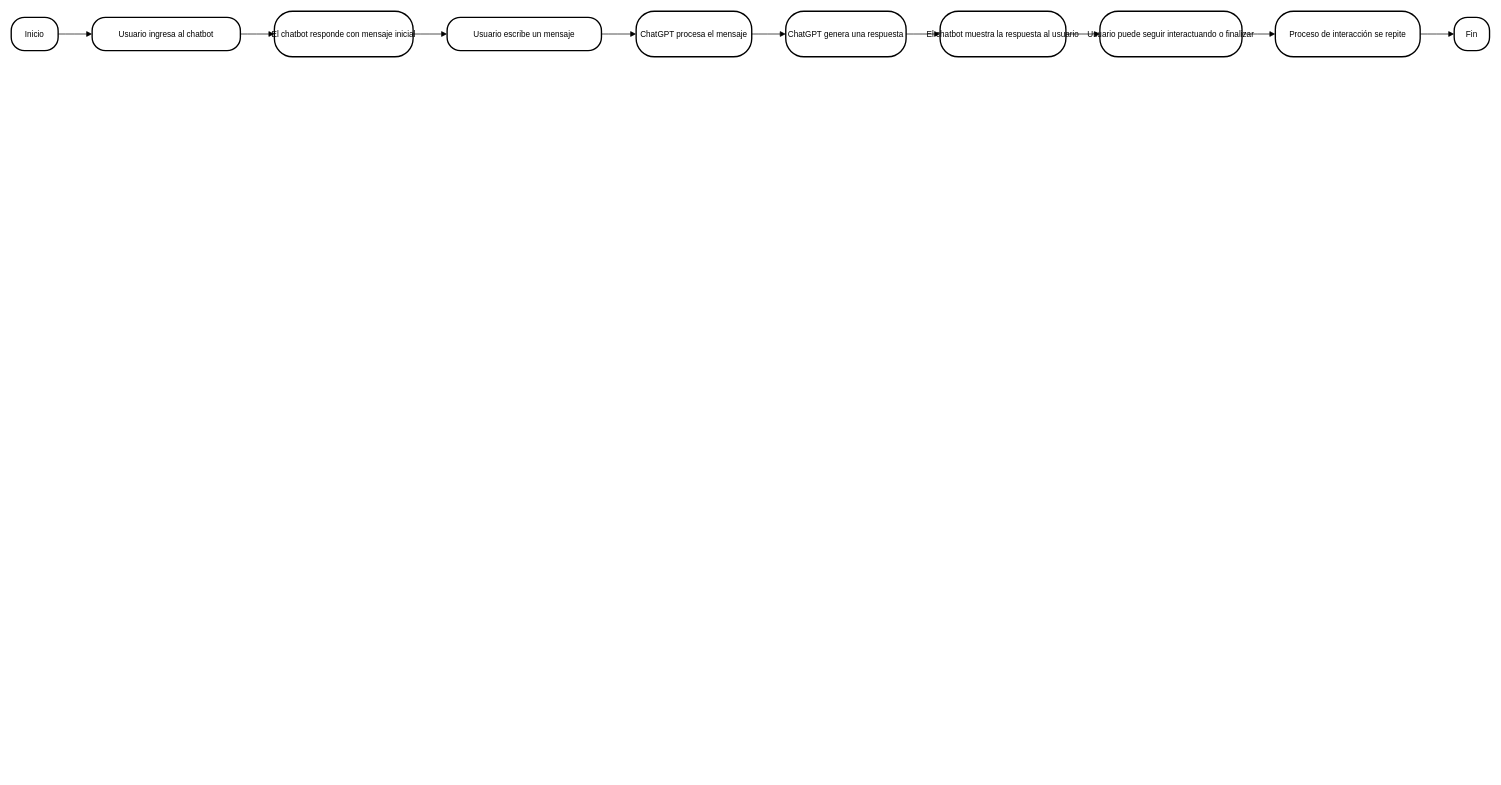
Above: Diagrama sin título.drawio in HecRdz98/ProyectSIGMA (draw.io), before the change. Source tidied: cells renumbered, new cells numbered last; positions are measured from the earlier drawing's top-left corner, leaving out a move shared by most shapes. Both pictures are drawn from the tidied source at 68%, with x=0, y=0 at pixel (11, 11).
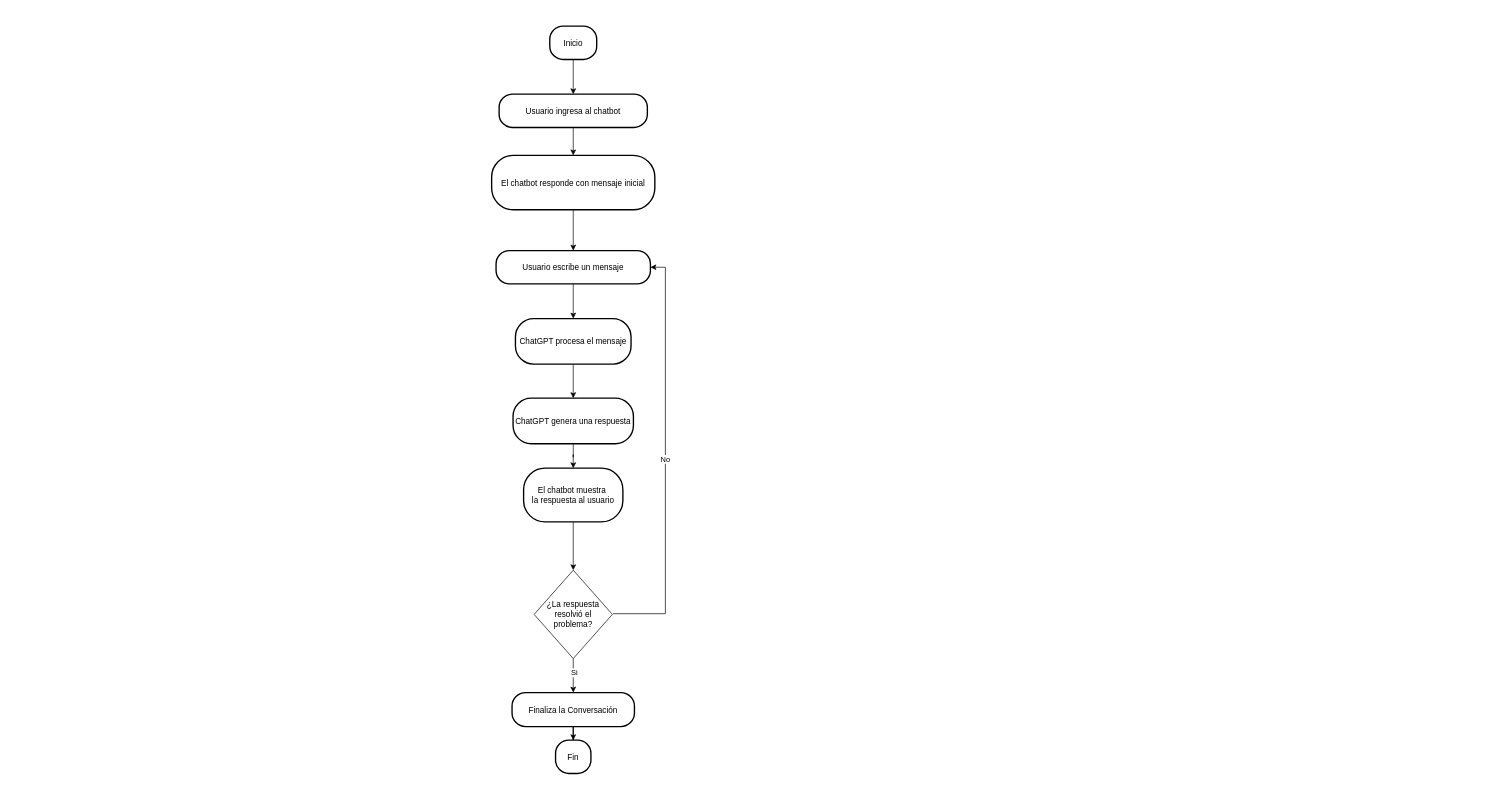
The same page after the edit.

What changed in the source:
```diff
@@
+    <mxCell id="12" style="edgeStyle=orthogonalEdgeStyle;rounded=0;jettySize=auto;html=1;exitX=0.5;exitY=1;exitDx=0;exitDy=0;" parent="1" edge="1" source="2" target="3">
+      <mxGeometry relative="1" as="geometry" />
+    </mxCell>
     <mxCell id="2" value="Inicio" style="rounded=1;arcSize=40;strokeWidth=2;" parent="1" vertex="1">
-      <mxGeometry y="9" width="69" height="49" as="geometry" />
+      <mxGeometry x="792" y="22" width="69" height="49" as="geometry" />
     </mxCell>
+    <mxCell id="13" style="edgeStyle=orthogonalEdgeStyle;rounded=0;jettySize=auto;html=1;exitX=0.5;exitY=1;exitDx=0;exitDy=0;entryX=0.5;entryY=0;entryDx=0;entryDy=0;" parent="1" edge="1" source="3" target="4">
+      <mxGeometry relative="1" as="geometry" />
+    </mxCell>
     <mxCell id="3" value="Usuario ingresa al chatbot" style="rounded=1;arcSize=40;strokeWidth=2;" parent="1" vertex="1">
-      <mxGeometry x="119" y="9" width="218" height="49" as="geometry" />
+      <mxGeometry x="717.5" y="122" width="218" height="49" as="geometry" />
     </mxCell>
+    <mxCell id="14" style="edgeStyle=orthogonalEdgeStyle;rounded=0;jettySize=auto;html=1;entryX=0.5;entryY=0;entryDx=0;entryDy=0;" parent="1" edge="1" source="4" target="5">
+      <mxGeometry relative="1" as="geometry" />
+    </mxCell>
     <mxCell id="4" value="El chatbot responde con mensaje inicial" style="rounded=1;arcSize=40;strokeWidth=2;" parent="1" vertex="1">
-      <mxGeometry x="387" width="204" height="67" as="geometry" />
+      <mxGeometry x="706.5" y="212" width="240" height="80" as="geometry" />
     </mxCell>
+    <mxCell id="15" style="edgeStyle=orthogonalEdgeStyle;rounded=0;jettySize=auto;html=1;" parent="1" edge="1" source="5" target="6">
+      <mxGeometry relative="1" as="geometry" />
+    </mxCell>
     <mxCell id="5" value="Usuario escribe un mensaje" style="rounded=1;arcSize=40;strokeWidth=2;" parent="1" vertex="1">
-      <mxGeometry x="641" y="9" width="227" height="49" as="geometry" />
+      <mxGeometry x="713" y="352" width="227" height="49" as="geometry" />
     </mxCell>
+    <mxCell id="16" style="edgeStyle=orthogonalEdgeStyle;rounded=0;jettySize=auto;html=1;entryX=0.5;entryY=0;entryDx=0;entryDy=0;" parent="1" edge="1" source="6" target="7">
+      <mxGeometry relative="1" as="geometry" />
+    </mxCell>
     <mxCell id="6" value="ChatGPT procesa el mensaje" style="rounded=1;arcSize=40;strokeWidth=2;" parent="1" vertex="1">
-      <mxGeometry x="919" width="170" height="67" as="geometry" />
+      <mxGeometry x="741.5" y="452" width="170" height="67" as="geometry" />
     </mxCell>
+    <mxCell id="17" style="edgeStyle=orthogonalEdgeStyle;rounded=0;jettySize=auto;html=1;entryX=0.5;entryY=0;entryDx=0;entryDy=0;" parent="1" edge="1" source="7" target="8">
+      <mxGeometry relative="1" as="geometry" />
+    </mxCell>
     <mxCell id="7" value="ChatGPT genera una respuesta" style="rounded=1;arcSize=40;strokeWidth=2;" parent="1" vertex="1">
-      <mxGeometry x="1139" width="177" height="67" as="geometry" />
+      <mxGeometry x="738" y="569" width="177" height="67" as="geometry" />
     </mxCell>
+    <mxCell id="21" style="edgeStyle=orthogonalEdgeStyle;rounded=0;jettySize=auto;html=1;" parent="1" edge="1" source="8">
+      <mxGeometry relative="1" as="geometry">
+        <mxPoint x="826.5" y="822" as="targetPoint" />
+      </mxGeometry>
+    </mxCell>
-    <mxCell id="8" value="El chatbot muestra la respuesta al usuario" style="rounded=1;arcSize=40;strokeWidth=2;" parent="1" vertex="1">
-      <mxGeometry x="1366" width="185" height="67" as="geometry" />
+    <mxCell id="8" value="El chatbot muestra &#10;la respuesta al usuario" style="rounded=1;arcSize=40;strokeWidth=2;" parent="1" vertex="1">
+      <mxGeometry x="753.5" y="672" width="146" height="79" as="geometry" />
     </mxCell>
+    <mxCell id="22" style="edgeStyle=orthogonalEdgeStyle;rounded=0;jettySize=auto;html=1;entryX=0.5;entryY=0;entryDx=0;entryDy=0;" parent="1" edge="1" source="9" target="11">
+      <mxGeometry relative="1" as="geometry" />
+    </mxCell>
-    <mxCell id="9" value="Usuario puede seguir interactuando o finalizar" style="rounded=1;arcSize=40;strokeWidth=2;" parent="1" vertex="1">
-      <mxGeometry x="1601" width="209" height="67" as="geometry" />
+    <mxCell id="9" value="Finaliza la Conversación" style="rounded=1;arcSize=40;strokeWidth=2;" parent="1" vertex="1">
+      <mxGeometry x="736.5" y="1002" width="180" height="50" as="geometry" />
     </mxCell>
-    <mxCell id="10" value="Proceso de interacción se repite" style="rounded=1;arcSize=40;strokeWidth=2;" parent="1" vertex="1">
-      <mxGeometry x="1859" width="213" height="67" as="geometry" />
-    </mxCell>
     <mxCell id="11" value="Fin" style="rounded=1;arcSize=40;strokeWidth=2;" parent="1" vertex="1">
-      <mxGeometry x="2122" y="9" width="52" height="49" as="geometry" />
+      <mxGeometry x="800.5" y="1072" width="52" height="49" as="geometry" />
     </mxCell>
-    <mxCell id="12" style="curved=1;startArrow=none;endArrow=block;exitX=1;exitY=0.5;entryX=0;entryY=0.5;" parent="1" edge="1" source="2" target="3">
-      <mxGeometry relative="1" as="geometry" />
-    </mxCell>
-    <mxCell id="13" style="curved=1;startArrow=none;endArrow=block;exitX=1;exitY=0.5;entryX=0;entryY=0.5;" parent="1" edge="1" source="3" target="4">
-      <mxGeometry relative="1" as="geometry" />
-    </mxCell>
-    <mxCell id="14" style="curved=1;startArrow=none;endArrow=block;exitX=1;exitY=0.5;entryX=0;entryY=0.5;" parent="1" edge="1" source="4" target="5">
-      <mxGeometry relative="1" as="geometry" />
-    </mxCell>
-    <mxCell id="15" style="curved=1;startArrow=none;endArrow=block;exitX=1;exitY=0.5;entryX=0;entryY=0.5;" parent="1" edge="1" source="5" target="6">
-      <mxGeometry relative="1" as="geometry" />
-    </mxCell>
-    <mxCell id="16" style="curved=1;startArrow=none;endArrow=block;exitX=1;exitY=0.5;entryX=0;entryY=0.5;" parent="1" edge="1" source="6" target="7">
-      <mxGeometry relative="1" as="geometry" />
-    </mxCell>
-    <mxCell id="17" style="curved=1;startArrow=none;endArrow=block;exitX=1;exitY=0.5;entryX=0;entryY=0.5;" parent="1" edge="1" source="7" target="8">
-      <mxGeometry relative="1" as="geometry" />
-    </mxCell>
-    <mxCell id="18" style="curved=1;startArrow=none;endArrow=block;exitX=1;exitY=0.5;entryX=0;entryY=0.5;" parent="1" edge="1" source="8" target="9">
-      <mxGeometry relative="1" as="geometry" />
-    </mxCell>
-    <mxCell id="19" style="curved=1;startArrow=none;endArrow=block;exitX=1;exitY=0.5;entryX=0;entryY=0.5;" parent="1" edge="1" source="9" target="10">
-      <mxGeometry relative="1" as="geometry" />
-    </mxCell>
-    <mxCell id="20" style="curved=1;startArrow=none;endArrow=block;exitX=1;exitY=0.5;entryX=0.01;entryY=0.5;" parent="1" edge="1" source="10" target="11">
-      <mxGeometry relative="1" as="geometry" />
-    </mxCell>
+    <mxCell id="23" value="No" style="edgeStyle=orthogonalEdgeStyle;rounded=0;jettySize=auto;html=1;exitX=1;exitY=0.5;exitDx=0;exitDy=0;entryX=1;entryY=0.5;entryDx=0;entryDy=0;" parent="1" edge="1" target="5">
+      <mxGeometry relative="1" as="geometry">
+        <mxPoint x="885" y="886" as="sourcePoint" />
+        <Array as="points">
+          <mxPoint x="962" y="886" />
+          <mxPoint x="962" y="377" />
+        </Array>
+      </mxGeometry>
+    </mxCell>
+    <mxCell id="24" style="edgeStyle=orthogonalEdgeStyle;rounded=0;jettySize=auto;html=1;exitX=0.5;exitY=1;exitDx=0;exitDy=0;" parent="1" edge="1" source="26" target="9">
+      <mxGeometry relative="1" as="geometry" />
+    </mxCell>
+    <mxCell id="25" value="Si" style="edgeLabel;html=1;align=center;verticalAlign=middle;" parent="24" vertex="1">
+      <mxGeometry x="-0.21" y="1" relative="1" as="geometry" />
+    </mxCell>
+    <mxCell id="26" value="¿La respuesta resolvió el problema?" style="rhombus;whiteSpace=wrap;html=1;" parent="1" vertex="1">
+      <mxGeometry x="769" y="822" width="115" height="130" as="geometry" />
+    </mxCell>
```
